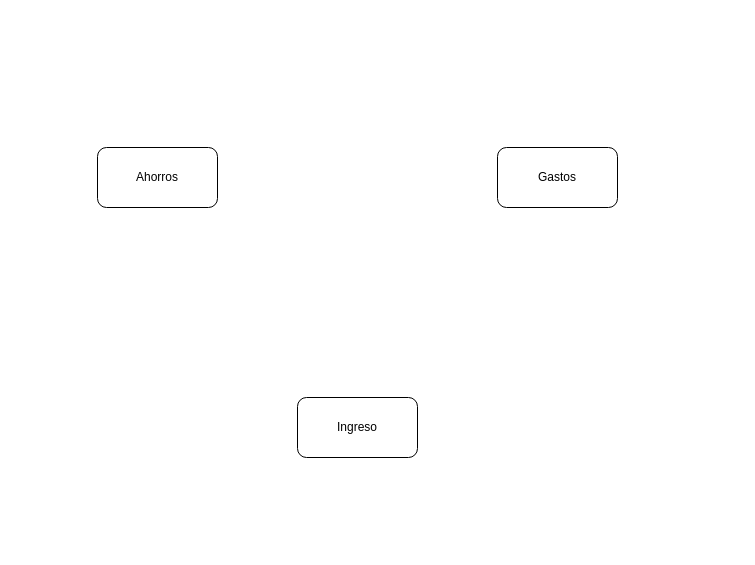
Above: Diagrama.drawio in BryanDiaz-dev/GestorDeGastos (draw.io), before the change. Source tidied: cells renumbered, new cells numbered last; positions are measured from the earlier drawing's top-left corner, leaving out a move shared by most shapes. Both pictures are drawn from the tidied source at 100%, with x=0, y=0 at pixel (97, 147).
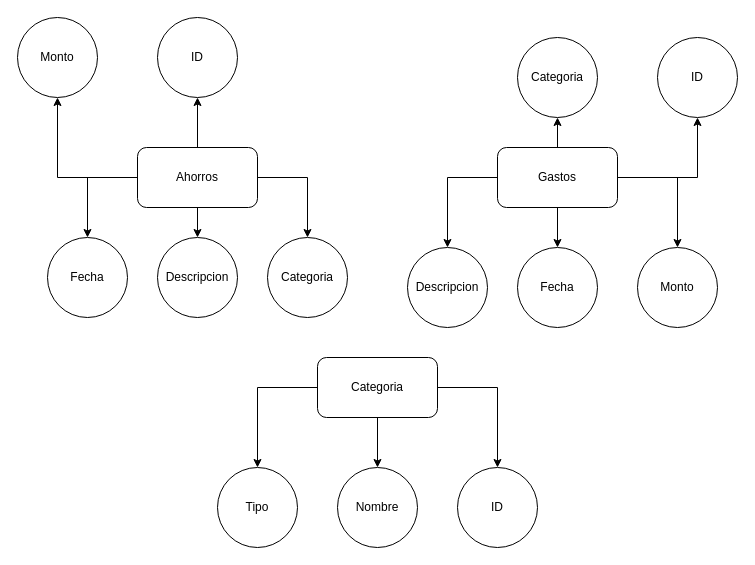
The same diagram, later.

Unchanged cells that the change refers to:
```xml
<mxCell id="2" value="Gastos" style="rounded=1;whiteSpace=wrap;html=1;" parent="1" vertex="1">
  <mxGeometry x="400" width="120" height="60" as="geometry" />
</mxCell>
```

Diff of the diagram source:
```diff
@@
+    <mxCell id="5" style="edgeStyle=orthogonalEdgeStyle;rounded=0;jettySize=auto;html=1;" parent="1" edge="1" source="2" target="18">
+      <mxGeometry relative="1" as="geometry" />
+    </mxCell>
+    <mxCell id="6" style="edgeStyle=orthogonalEdgeStyle;rounded=0;jettySize=auto;html=1;" parent="1" edge="1" source="2" target="15">
+      <mxGeometry relative="1" as="geometry" />
+    </mxCell>
+    <mxCell id="7" style="edgeStyle=orthogonalEdgeStyle;rounded=0;jettySize=auto;html=1;" parent="1" edge="1" source="2" target="16">
+      <mxGeometry relative="1" as="geometry" />
+    </mxCell>
+    <mxCell id="8" style="edgeStyle=orthogonalEdgeStyle;rounded=0;jettySize=auto;html=1;" parent="1" edge="1" source="2" target="17">
+      <mxGeometry relative="1" as="geometry" />
+    </mxCell>
+    <mxCell id="9" style="edgeStyle=orthogonalEdgeStyle;rounded=0;jettySize=auto;html=1;" parent="1" edge="1" source="2" target="31">
+      <mxGeometry relative="1" as="geometry" />
+    </mxCell>
@@
+    <mxCell id="10" style="edgeStyle=orthogonalEdgeStyle;rounded=0;jettySize=auto;html=1;" parent="1" edge="1" source="3" target="22">
+      <mxGeometry relative="1" as="geometry" />
+    </mxCell>
+    <mxCell id="11" style="edgeStyle=orthogonalEdgeStyle;rounded=0;jettySize=auto;html=1;" parent="1" edge="1" source="3" target="21">
+      <mxGeometry relative="1" as="geometry" />
+    </mxCell>
+    <mxCell id="12" style="edgeStyle=orthogonalEdgeStyle;rounded=0;jettySize=auto;html=1;" parent="1" edge="1" source="3" target="20">
+      <mxGeometry relative="1" as="geometry" />
+    </mxCell>
+    <mxCell id="13" style="edgeStyle=orthogonalEdgeStyle;rounded=0;jettySize=auto;html=1;" parent="1" edge="1" source="3" target="19">
+      <mxGeometry relative="1" as="geometry" />
+    </mxCell>
+    <mxCell id="14" style="edgeStyle=orthogonalEdgeStyle;rounded=0;jettySize=auto;html=1;" parent="1" edge="1" source="3" target="30">
+      <mxGeometry relative="1" as="geometry" />
+    </mxCell>
     <mxCell id="3" value="Ahorros" style="rounded=1;whiteSpace=wrap;html=1;" parent="1" vertex="1">
-      <mxGeometry width="120" height="60" as="geometry" />
+      <mxGeometry x="40" width="120" height="60" as="geometry" />
     </mxCell>
-    <mxCell id="4" value="Ingreso" style="rounded=1;whiteSpace=wrap;html=1;" parent="1" vertex="1">
-      <mxGeometry x="200" y="250" width="120" height="60" as="geometry" />
-    </mxCell>
+    <mxCell id="15" value="ID" style="ellipse;whiteSpace=wrap;html=1;" parent="1" vertex="1">
+      <mxGeometry x="560" y="-110" width="80" height="80" as="geometry" />
+    </mxCell>
+    <mxCell id="16" value="Monto" style="ellipse;whiteSpace=wrap;html=1;" parent="1" vertex="1">
+      <mxGeometry x="540" y="100" width="80" height="80" as="geometry" />
+    </mxCell>
+    <mxCell id="17" value="Fecha" style="ellipse;whiteSpace=wrap;html=1;" parent="1" vertex="1">
+      <mxGeometry x="420" y="100" width="80" height="80" as="geometry" />
+    </mxCell>
+    <mxCell id="18" value="Descripcion" style="ellipse;whiteSpace=wrap;html=1;" parent="1" vertex="1">
+      <mxGeometry x="310" y="100" width="80" height="80" as="geometry" />
+    </mxCell>
+    <mxCell id="19" value="Descripcion" style="ellipse;whiteSpace=wrap;html=1;" parent="1" vertex="1">
+      <mxGeometry x="60" y="90" width="80" height="80" as="geometry" />
+    </mxCell>
+    <mxCell id="20" value="Fecha" style="ellipse;whiteSpace=wrap;html=1;" parent="1" vertex="1">
+      <mxGeometry x="-50" y="90" width="80" height="80" as="geometry" />
+    </mxCell>
+    <mxCell id="21" value="Monto" style="ellipse;whiteSpace=wrap;html=1;" parent="1" vertex="1">
+      <mxGeometry x="-80" y="-130" width="80" height="80" as="geometry" />
+    </mxCell>
+    <mxCell id="22" value="ID" style="ellipse;whiteSpace=wrap;html=1;" parent="1" vertex="1">
+      <mxGeometry x="60" y="-130" width="80" height="80" as="geometry" />
+    </mxCell>
+    <mxCell id="23" style="edgeStyle=orthogonalEdgeStyle;rounded=0;jettySize=auto;html=1;" parent="1" edge="1" source="26" target="28">
+      <mxGeometry relative="1" as="geometry" />
+    </mxCell>
+    <mxCell id="24" style="edgeStyle=orthogonalEdgeStyle;rounded=0;jettySize=auto;html=1;" parent="1" edge="1" source="26" target="29">
+      <mxGeometry relative="1" as="geometry" />
+    </mxCell>
+    <mxCell id="25" style="edgeStyle=orthogonalEdgeStyle;rounded=0;jettySize=auto;html=1;" parent="1" edge="1" source="26" target="27">
+      <mxGeometry relative="1" as="geometry" />
+    </mxCell>
+    <mxCell id="26" value="Categoria" style="rounded=1;whiteSpace=wrap;html=1;" parent="1" vertex="1">
+      <mxGeometry x="220" y="210" width="120" height="60" as="geometry" />
+    </mxCell>
+    <mxCell id="27" value="ID" style="ellipse;whiteSpace=wrap;html=1;" parent="1" vertex="1">
+      <mxGeometry x="360" y="320" width="80" height="80" as="geometry" />
+    </mxCell>
+    <mxCell id="28" value="Nombre" style="ellipse;whiteSpace=wrap;html=1;" parent="1" vertex="1">
+      <mxGeometry x="240" y="320" width="80" height="80" as="geometry" />
+    </mxCell>
+    <mxCell id="29" value="Tipo" style="ellipse;whiteSpace=wrap;html=1;" parent="1" vertex="1">
+      <mxGeometry x="120" y="320" width="80" height="80" as="geometry" />
+    </mxCell>
+    <mxCell id="30" value="Categoria" style="ellipse;whiteSpace=wrap;html=1;" parent="1" vertex="1">
+      <mxGeometry x="170" y="90" width="80" height="80" as="geometry" />
+    </mxCell>
+    <mxCell id="31" value="Categoria" style="ellipse;whiteSpace=wrap;html=1;" parent="1" vertex="1">
+      <mxGeometry x="420" y="-110" width="80" height="80" as="geometry" />
+    </mxCell>
```
